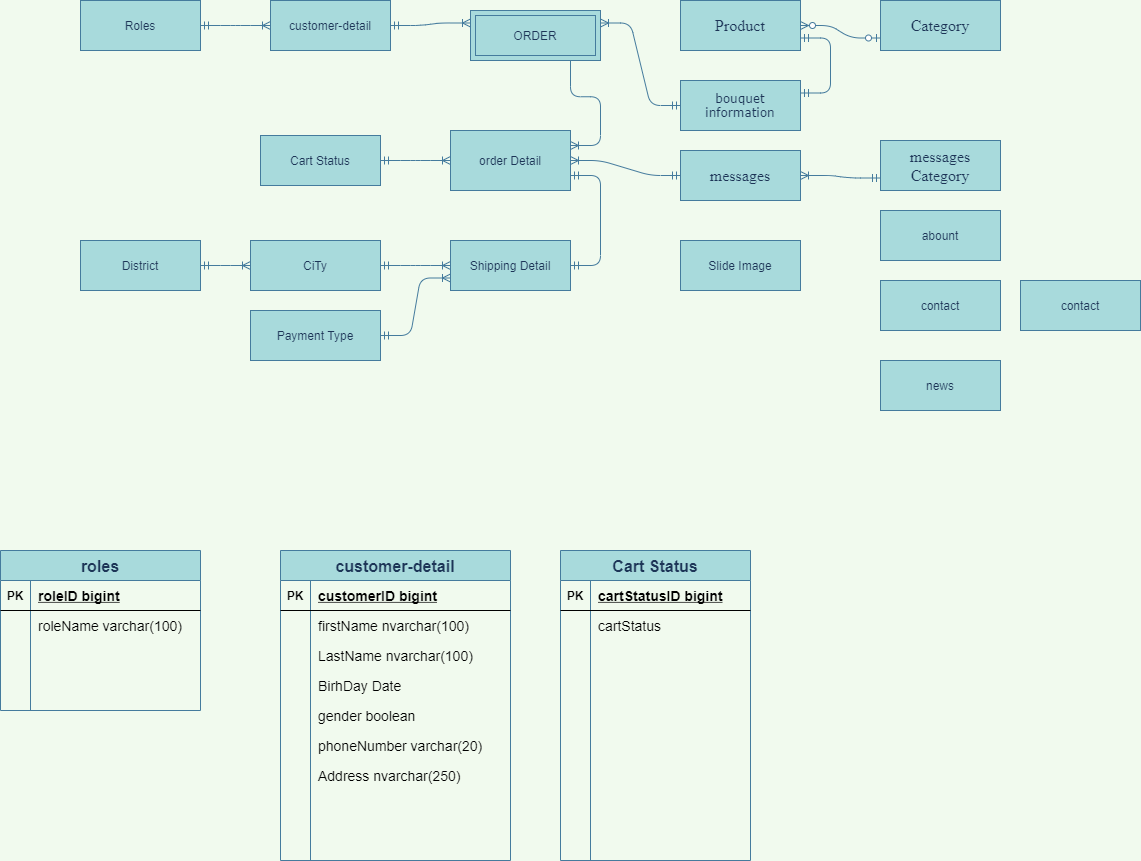
The draw.io diagram Untitled Diagram.png in maialino123/Eproject-SEM3, before a commit. Source tidied: cells renumbered, new cells last; positions are measured from the earlier drawing's top-left corner, leaving out a move shared by most shapes.
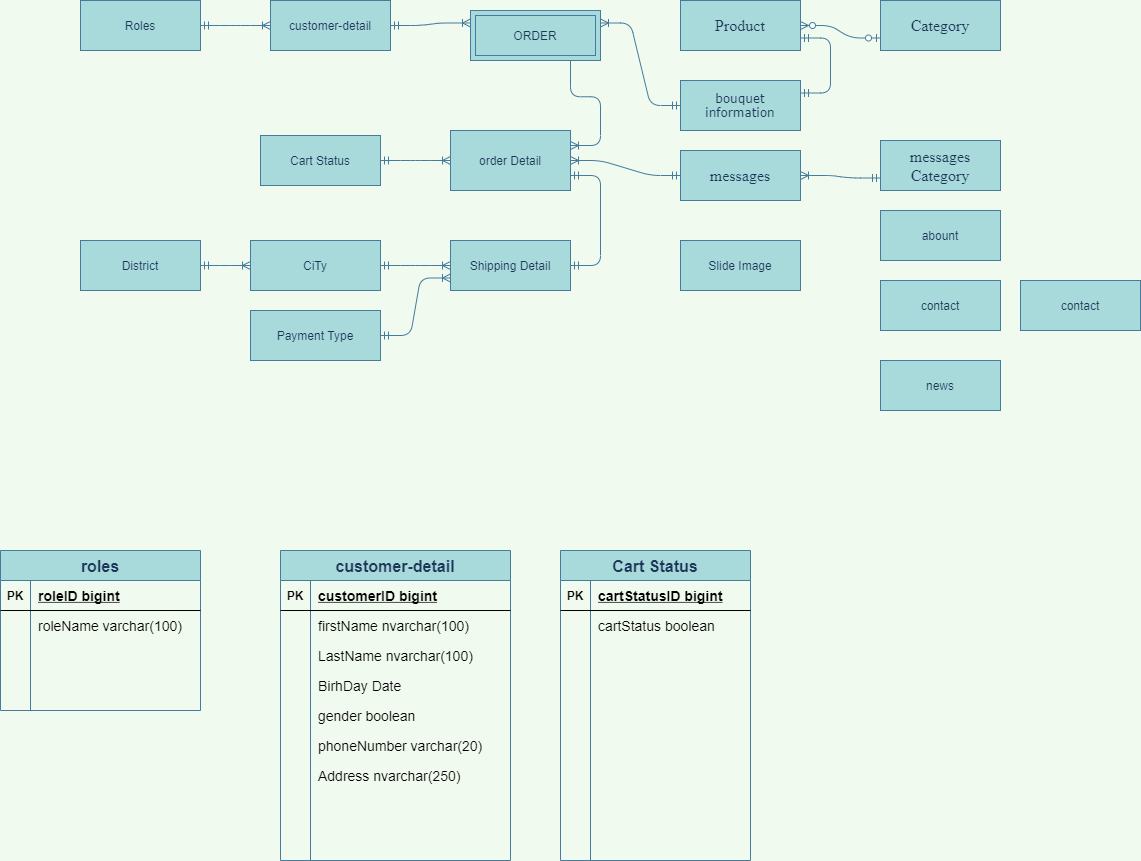
After the change.

Change to the diagram source:
```diff
@@ -221,7 +221,7 @@
     <mxCell id="74" style="shape=partialRectangle;fillColor=none;top=0;left=0;bottom=0;right=0;overflow=hidden;" parent="73" vertex="1">
       <mxGeometry width="30" height="30" as="geometry" />
     </mxCell>
-    <mxCell id="75" value="cartStatus" style="shape=partialRectangle;fillColor=none;top=0;left=0;bottom=0;right=0;align=left;spacingLeft=6;overflow=hidden;fontSize=14;" parent="73" vertex="1">
+    <mxCell id="75" value="cartStatus boolean" style="shape=partialRectangle;fillColor=none;top=0;left=0;bottom=0;right=0;align=left;spacingLeft=6;overflow=hidden;fontSize=14;" parent="73" vertex="1">
       <mxGeometry x="30" width="160" height="30" as="geometry" />
     </mxCell>
     <mxCell id="76" style="shape=partialRectangle;fillColor=none;top=0;left=0;bottom=0;right=0;" parent="69" vertex="1">
```
